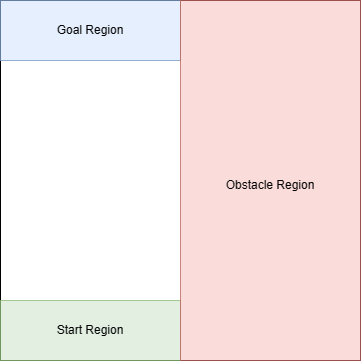
Earlier version of the draw.io export scenarios/right.png (ethanmclark1/conav_suite). Source tidied: cells renumbered, new cells last; positions are measured from the earlier drawing's top-left corner, leaving out a move shared by most shapes. Its diagram source:
```xml
<mxGraphModel>
  <root>
    <mxCell id="0" />
    <mxCell id="1" parent="0" />
    <mxCell id="2" style="whiteSpace=wrap;html=1;" parent="1" vertex="1">
      <mxGeometry width="360" height="360" as="geometry" />
    </mxCell>
    <mxCell id="3" style="rounded=0;whiteSpace=wrap;html=1;fillColor=#d5e8d4;strokeColor=#82b366;opacity=70;" parent="1" vertex="1">
      <mxGeometry y="300" width="180" height="60" as="geometry" />
    </mxCell>
    <mxCell id="4" style="rounded=0;whiteSpace=wrap;html=1;fillColor=#dae8fc;strokeColor=#6c8ebf;opacity=70;" parent="1" vertex="1">
      <mxGeometry width="180" height="60" as="geometry" />
    </mxCell>
    <mxCell id="5" style="rounded=0;whiteSpace=wrap;html=1;fillColor=#f8cecc;strokeColor=#b85450;opacity=70;" parent="1" vertex="1">
      <mxGeometry x="180" width="180" height="360" as="geometry" />
    </mxCell>
    <mxCell id="6" value="Obstacle Region" style="text;html=1;strokeColor=none;fillColor=none;align=center;verticalAlign=middle;whiteSpace=wrap;rounded=0;" parent="1" vertex="1">
      <mxGeometry x="215" y="170" width="110" height="30" as="geometry" />
    </mxCell>
    <mxCell id="7" value="Start Region" style="text;html=1;strokeColor=none;fillColor=none;align=center;verticalAlign=middle;whiteSpace=wrap;rounded=0;" parent="1" vertex="1">
      <mxGeometry x="35" y="315" width="110" height="30" as="geometry" />
    </mxCell>
    <mxCell id="8" value="Goal Region" style="text;html=1;strokeColor=none;fillColor=none;align=center;verticalAlign=middle;whiteSpace=wrap;rounded=0;" parent="1" vertex="1">
      <mxGeometry x="35" y="15" width="110" height="30" as="geometry" />
    </mxCell>
  </root>
</mxGraphModel>
```
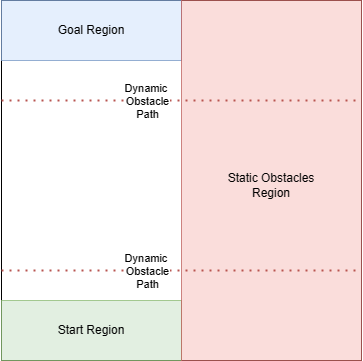
Above is the later version.

The edit, as a diff of the source:
```diff
@@ -14,7 +14,7 @@
     <mxCell id="5" style="rounded=0;whiteSpace=wrap;html=1;fillColor=#f8cecc;strokeColor=#b85450;opacity=70;" parent="1" vertex="1">
       <mxGeometry x="180" width="180" height="360" as="geometry" />
     </mxCell>
-    <mxCell id="6" value="Obstacle Region" style="text;html=1;strokeColor=none;fillColor=none;align=center;verticalAlign=middle;whiteSpace=wrap;rounded=0;" parent="1" vertex="1">
+    <mxCell id="6" value="Static Obstacles&lt;br&gt;Region" style="text;html=1;strokeColor=none;fillColor=none;align=center;verticalAlign=middle;whiteSpace=wrap;rounded=0;" parent="1" vertex="1">
       <mxGeometry x="215" y="170" width="110" height="30" as="geometry" />
     </mxCell>
     <mxCell id="7" value="Start Region" style="text;html=1;strokeColor=none;fillColor=none;align=center;verticalAlign=middle;whiteSpace=wrap;rounded=0;" parent="1" vertex="1">
@@ -23,5 +23,24 @@
     <mxCell id="8" value="Goal Region" style="text;html=1;strokeColor=none;fillColor=none;align=center;verticalAlign=middle;whiteSpace=wrap;rounded=0;" parent="1" vertex="1">
       <mxGeometry x="35" y="15" width="110" height="30" as="geometry" />
     </mxCell>
+    <mxCell id="9" style="endArrow=none;dashed=1;html=1;dashPattern=1 3;strokeWidth=2;rounded=0;exitX=0;exitY=0.75;exitDx=0;exitDy=0;entryX=1;entryY=0.75;entryDx=0;entryDy=0;fillColor=#f8cecc;strokeColor=#b85450;" parent="1" edge="1" source="2" target="5">
+      <mxGeometry relative="1" as="geometry" />
+    </mxCell>
+    <mxCell id="10" value="Dynamic&amp;nbsp;&lt;br&gt;Obstacle&lt;br&gt;Path" style="edgeLabel;html=1;align=center;verticalAlign=middle;" parent="9" vertex="1">
+      <mxGeometry x="-0.13" y="-2" relative="1" as="geometry">
+        <mxPoint x="-12" y="-2" as="offset" />
+      </mxGeometry>
+    </mxCell>
+    <mxCell id="11" style="endArrow=none;dashed=1;html=1;dashPattern=1 3;strokeWidth=2;rounded=0;exitX=0;exitY=0.75;exitDx=0;exitDy=0;entryX=1;entryY=0.75;entryDx=0;entryDy=0;fillColor=#f8cecc;strokeColor=#b85450;" parent="1" edge="1">
+      <mxGeometry relative="1" as="geometry">
+        <mxPoint y="100" as="sourcePoint" />
+        <mxPoint x="360" y="100" as="targetPoint" />
+      </mxGeometry>
+    </mxCell>
+    <mxCell id="12" value="Dynamic&amp;nbsp;&lt;br&gt;Obstacle&lt;br&gt;Path" style="edgeLabel;html=1;align=center;verticalAlign=middle;" parent="11" vertex="1">
+      <mxGeometry x="-0.13" y="-2" relative="1" as="geometry">
+        <mxPoint x="-12" y="-2" as="offset" />
+      </mxGeometry>
+    </mxCell>
   </root>
 </mxGraphModel>
```
